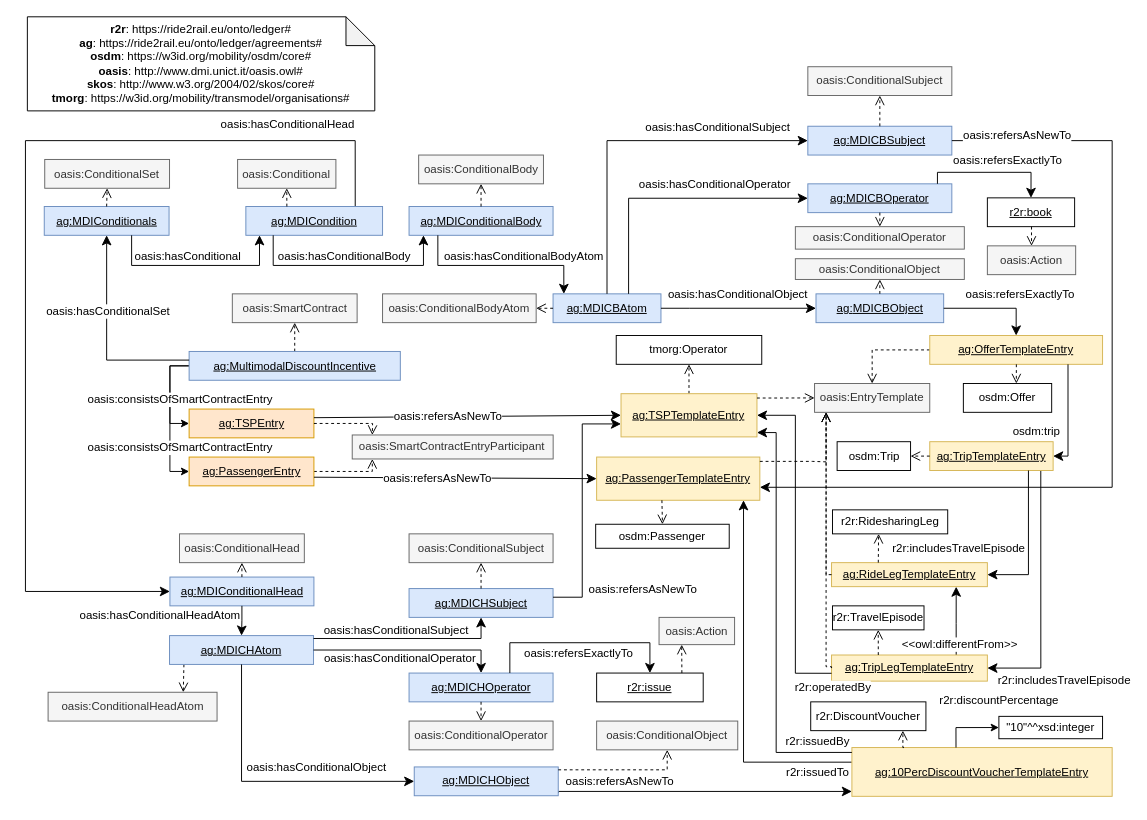
This is agreements/mdi-incentive.drawio.xml from Ride2Rail/agreement-ledger-ontology, a draw.io file, before an edit. Source tidied: cells renumbered, new cells numbered last; positions are measured from the earlier drawing's top-left corner, leaving out a move shared by most shapes. Both pictures are drawn from the tidied source at 96%, with x=0, y=0 at pixel (25, 16).
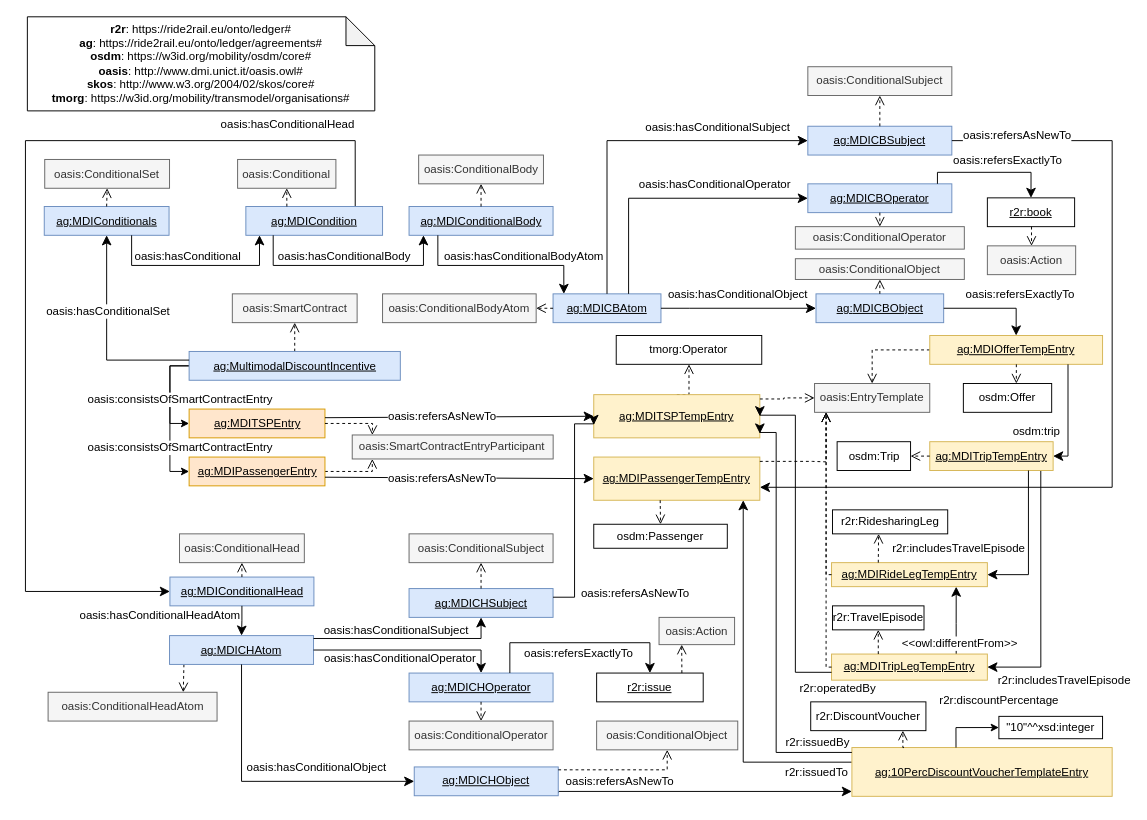
The same diagram, later.

Unchanged cells that the change refers to:
```xml
<mxCell id="81" value="&lt;u&gt;ag:&lt;/u&gt;&lt;u&gt;MDICHSubject&lt;/u&gt;" style="rounded=0;whiteSpace=wrap;html=1;snapToPoint=1;points=[[0.1,0],[0.2,0],[0.3,0],[0.4,0],[0.5,0],[0.6,0],[0.7,0],[0.8,0],[0.9,0],[0,0.1],[0,0.3],[0,0.5],[0,0.7],[0,0.9],[0.1,1],[0.2,1],[0.3,1],[0.4,1],[0.5,1],[0.6,1],[0.7,1],[0.8,1],[0.9,1],[1,0.1],[1,0.3],[1,0.5],[1,0.7],[1,0.9]];fillColor=#dae8fc;strokeColor=#6c8ebf;" parent="1" vertex="1">
  <mxGeometry x="399.6" y="595.6" width="150" height="30" as="geometry" />
</mxCell>
```

What changed in the source:
```diff
@@
-    <mxCell id="14" value="&lt;u&gt;ag:TSPEntry&lt;/u&gt;" style="rounded=0;whiteSpace=wrap;html=1;snapToPoint=1;points=[[0.1,0],[0.2,0],[0.3,0],[0.4,0],[0.5,0],[0.6,0],[0.7,0],[0.8,0],[0.9,0],[0,0.1],[0,0.3],[0,0.5],[0,0.7],[0,0.9],[0.1,1],[0.2,1],[0.3,1],[0.4,1],[0.5,1],[0.6,1],[0.7,1],[0.8,1],[0.9,1],[1,0.1],[1,0.3],[1,0.5],[1,0.7],[1,0.9]];fillColor=#ffe6cc;strokeColor=#d79b00;" parent="1" vertex="1">
-      <mxGeometry x="170.5" y="408.6" width="130" height="30" as="geometry" />
+    <mxCell id="14" value="&lt;u&gt;ag:MDITSPEntry&lt;/u&gt;" style="rounded=0;whiteSpace=wrap;html=1;snapToPoint=1;points=[[0.1,0],[0.2,0],[0.3,0],[0.4,0],[0.5,0],[0.6,0],[0.7,0],[0.8,0],[0.9,0],[0,0.1],[0,0.3],[0,0.5],[0,0.7],[0,0.9],[0.1,1],[0.2,1],[0.3,1],[0.4,1],[0.5,1],[0.6,1],[0.7,1],[0.8,1],[0.9,1],[1,0.1],[1,0.3],[1,0.5],[1,0.7],[1,0.9]];fillColor=#ffe6cc;strokeColor=#d79b00;" parent="1" vertex="1">
+      <mxGeometry x="170.5" y="408.6" width="141.5" height="30" as="geometry" />
     </mxCell>
@@
-    <mxCell id="17" value="&lt;u&gt;ag:PassengerEntry&lt;/u&gt;" style="rounded=0;whiteSpace=wrap;html=1;snapToPoint=1;points=[[0.1,0],[0.2,0],[0.3,0],[0.4,0],[0.5,0],[0.6,0],[0.7,0],[0.8,0],[0.9,0],[0,0.1],[0,0.3],[0,0.5],[0,0.7],[0,0.9],[0.1,1],[0.2,1],[0.3,1],[0.4,1],[0.5,1],[0.6,1],[0.7,1],[0.8,1],[0.9,1],[1,0.1],[1,0.3],[1,0.5],[1,0.7],[1,0.9]];fillColor=#ffe6cc;strokeColor=#d79b00;" parent="1" vertex="1">
-      <mxGeometry x="170.5" y="458.6" width="130" height="30" as="geometry" />
+    <mxCell id="17" value="&lt;u&gt;ag:MDIPassengerEntry&lt;/u&gt;" style="rounded=0;whiteSpace=wrap;html=1;snapToPoint=1;points=[[0.1,0],[0.2,0],[0.3,0],[0.4,0],[0.5,0],[0.6,0],[0.7,0],[0.8,0],[0.9,0],[0,0.1],[0,0.3],[0,0.5],[0,0.7],[0,0.9],[0.1,1],[0.2,1],[0.3,1],[0.4,1],[0.5,1],[0.6,1],[0.7,1],[0.8,1],[0.9,1],[1,0.1],[1,0.3],[1,0.5],[1,0.7],[1,0.9]];fillColor=#ffe6cc;strokeColor=#d79b00;" parent="1" vertex="1">
+      <mxGeometry x="170.5" y="458.6" width="141.5" height="30" as="geometry" />
     </mxCell>
@@
-    <mxCell id="19" value="&lt;u&gt;ag:TSPTemplateEntry&lt;/u&gt;" style="rounded=0;whiteSpace=wrap;html=1;snapToPoint=1;points=[[0.1,0],[0.2,0],[0.3,0],[0.4,0],[0.5,0],[0.6,0],[0.7,0],[0.8,0],[0.9,0],[0,0.1],[0,0.3],[0,0.5],[0,0.7],[0,0.9],[0.1,1],[0.2,1],[0.3,1],[0.4,1],[0.5,1],[0.6,1],[0.7,1],[0.8,1],[0.9,1],[1,0.1],[1,0.3],[1,0.5],[1,0.7],[1,0.9]];fillColor=#fff2cc;strokeColor=#d6b656;" parent="1" vertex="1">
-      <mxGeometry x="620.4" y="392.6" width="141.6" height="45" as="geometry" />
+    <mxCell id="19" value="&lt;u&gt;ag:MDITSPTempEntry&lt;/u&gt;" style="rounded=0;whiteSpace=wrap;html=1;snapToPoint=1;points=[[0.1,0],[0.2,0],[0.3,0],[0.4,0],[0.5,0],[0.6,0],[0.7,0],[0.8,0],[0.9,0],[0,0.1],[0,0.3],[0,0.5],[0,0.7],[0,0.9],[0.1,1],[0.2,1],[0.3,1],[0.4,1],[0.5,1],[0.6,1],[0.7,1],[0.8,1],[0.9,1],[1,0.1],[1,0.3],[1,0.5],[1,0.7],[1,0.9]];fillColor=#fff2cc;strokeColor=#d6b656;" parent="1" vertex="1">
+      <mxGeometry x="592" y="393.6" width="173" height="45" as="geometry" />
     </mxCell>
@@
-    <mxCell id="22" value="&lt;u&gt;ag:PassengerTemplateEntry&lt;/u&gt;" style="rounded=0;whiteSpace=wrap;html=1;snapToPoint=1;points=[[0.1,0],[0.2,0],[0.3,0],[0.4,0],[0.5,0],[0.6,0],[0.7,0],[0.8,0],[0.9,0],[0,0.1],[0,0.3],[0,0.5],[0,0.7],[0,0.9],[0.1,1],[0.2,1],[0.3,1],[0.4,1],[0.5,1],[0.6,1],[0.7,1],[0.8,1],[0.9,1],[1,0.1],[1,0.3],[1,0.5],[1,0.7],[1,0.9]];fillColor=#fff2cc;strokeColor=#d6b656;" parent="1" vertex="1">
-      <mxGeometry x="595" y="458.6" width="170" height="45" as="geometry" />
+    <mxCell id="22" value="&lt;u&gt;ag:MDIPassengerTempEntry&lt;/u&gt;" style="rounded=0;whiteSpace=wrap;html=1;snapToPoint=1;points=[[0.1,0],[0.2,0],[0.3,0],[0.4,0],[0.5,0],[0.6,0],[0.7,0],[0.8,0],[0.9,0],[0,0.1],[0,0.3],[0,0.5],[0,0.7],[0,0.9],[0.1,1],[0.2,1],[0.3,1],[0.4,1],[0.5,1],[0.6,1],[0.7,1],[0.8,1],[0.9,1],[1,0.1],[1,0.3],[1,0.5],[1,0.7],[1,0.9]];fillColor=#fff2cc;strokeColor=#d6b656;" parent="1" vertex="1">
+      <mxGeometry x="592" y="458.6" width="173" height="45" as="geometry" />
     </mxCell>
@@
     <mxCell id="26" value="osdm:Passenger" style="rounded=0;whiteSpace=wrap;html=1;snapToPoint=1;points=[[0.1,0],[0.2,0],[0.3,0],[0.4,0],[0.5,0],[0.6,0],[0.7,0],[0.8,0],[0.9,0],[0,0.1],[0,0.3],[0,0.5],[0,0.7],[0,0.9],[0.1,1],[0.2,1],[0.3,1],[0.4,1],[0.5,1],[0.6,1],[0.7,1],[0.8,1],[0.9,1],[1,0.1],[1,0.3],[1,0.5],[1,0.7],[1,0.9]];" parent="1" vertex="1">
-      <mxGeometry x="594" y="528.6" width="139.1" height="25" as="geometry" />
+      <mxGeometry x="592" y="528.6" width="139.1" height="25" as="geometry" />
     </mxCell>
@@
-    <mxCell id="60" value="&lt;u&gt;ag:OfferTemplateEntry&lt;/u&gt;" style="rounded=0;whiteSpace=wrap;html=1;snapToPoint=1;points=[[0.1,0],[0.2,0],[0.3,0],[0.4,0],[0.5,0],[0.6,0],[0.7,0],[0.8,0],[0.9,0],[0,0.1],[0,0.3],[0,0.5],[0,0.7],[0,0.9],[0.1,1],[0.2,1],[0.3,1],[0.4,1],[0.5,1],[0.6,1],[0.7,1],[0.8,1],[0.9,1],[1,0.1],[1,0.3],[1,0.5],[1,0.7],[1,0.9]];fillColor=#fff2cc;strokeColor=#d6b656;" parent="1" vertex="1">
+    <mxCell id="60" value="&lt;u&gt;ag:MDIOfferTempEntry&lt;/u&gt;" style="rounded=0;whiteSpace=wrap;html=1;snapToPoint=1;points=[[0.1,0],[0.2,0],[0.3,0],[0.4,0],[0.5,0],[0.6,0],[0.7,0],[0.8,0],[0.9,0],[0,0.1],[0,0.3],[0,0.5],[0,0.7],[0,0.9],[0.1,1],[0.2,1],[0.3,1],[0.4,1],[0.5,1],[0.6,1],[0.7,1],[0.8,1],[0.9,1],[1,0.1],[1,0.3],[1,0.5],[1,0.7],[1,0.9]];fillColor=#fff2cc;strokeColor=#d6b656;" parent="1" vertex="1">
       <mxGeometry x="942" y="332" width="180" height="30" as="geometry" />
     </mxCell>
@@
     <mxCell id="97" style="endArrow=classic;html=1;exitX=1;exitY=0.3;exitDx=0;exitDy=0;entryX=0;entryY=0.7;entryDx=0;entryDy=0;endSize=8;rounded=0;edgeStyle=orthogonalEdgeStyle;" parent="1" edge="1" source="81" target="19">
       <mxGeometry relative="1" as="geometry">
         <Array as="points">
-          <mxPoint x="580" y="605" />
-          <mxPoint x="580" y="424" />
+          <mxPoint x="572" y="605" />
+          <mxPoint x="572" y="424" />
         </Array>
       </mxGeometry>
     </mxCell>
@@
-    <mxCell id="111" value="&lt;u&gt;ag:TripLegTemplateEntry&lt;/u&gt;" style="rounded=0;whiteSpace=wrap;html=1;snapToPoint=1;points=[[0.1,0],[0.2,0],[0.3,0],[0.4,0],[0.5,0],[0.6,0],[0.7,0],[0.8,0],[0.9,0],[0,0.1],[0,0.3],[0,0.5],[0,0.7],[0,0.9],[0.1,1],[0.2,1],[0.3,1],[0.4,1],[0.5,1],[0.6,1],[0.7,1],[0.8,1],[0.9,1],[1,0.1],[1,0.3],[1,0.5],[1,0.7],[1,0.9]];fillColor=#fff2cc;strokeColor=#d6b656;" parent="1" vertex="1">
-      <mxGeometry x="839.7" y="664.8" width="162.3" height="27.2" as="geometry" />
+    <mxCell id="111" value="&lt;u&gt;ag:MDITripLegTempEntry&lt;/u&gt;" style="rounded=0;whiteSpace=wrap;html=1;snapToPoint=1;points=[[0.1,0],[0.2,0],[0.3,0],[0.4,0],[0.5,0],[0.6,0],[0.7,0],[0.8,0],[0.9,0],[0,0.1],[0,0.3],[0,0.5],[0,0.7],[0,0.9],[0.1,1],[0.2,1],[0.3,1],[0.4,1],[0.5,1],[0.6,1],[0.7,1],[0.8,1],[0.9,1],[1,0.1],[1,0.3],[1,0.5],[1,0.7],[1,0.9]];fillColor=#fff2cc;strokeColor=#d6b656;" parent="1" vertex="1">
+      <mxGeometry x="839.7" y="663.8" width="162.3" height="27.2" as="geometry" />
     </mxCell>
@@
-    <mxCell id="116" value="&lt;u&gt;ag:RideLegTemplateEntry&lt;/u&gt;" style="rounded=0;whiteSpace=wrap;html=1;snapToPoint=1;points=[[0.1,0],[0.2,0],[0.3,0],[0.4,0],[0.5,0],[0.6,0],[0.7,0],[0.8,0],[0.9,0],[0,0.1],[0,0.3],[0,0.5],[0,0.7],[0,0.9],[0.1,1],[0.2,1],[0.3,1],[0.4,1],[0.5,1],[0.6,1],[0.7,1],[0.8,1],[0.9,1],[1,0.1],[1,0.3],[1,0.5],[1,0.7],[1,0.9]];fillColor=#fff2cc;strokeColor=#d6b656;" parent="1" vertex="1">
+    <mxCell id="116" value="&lt;u&gt;ag:MDIRideLegTempEntry&lt;/u&gt;" style="rounded=0;whiteSpace=wrap;html=1;snapToPoint=1;points=[[0.1,0],[0.2,0],[0.3,0],[0.4,0],[0.5,0],[0.6,0],[0.7,0],[0.8,0],[0.9,0],[0,0.1],[0,0.3],[0,0.5],[0,0.7],[0,0.9],[0.1,1],[0.2,1],[0.3,1],[0.4,1],[0.5,1],[0.6,1],[0.7,1],[0.8,1],[0.9,1],[1,0.1],[1,0.3],[1,0.5],[1,0.7],[1,0.9]];fillColor=#fff2cc;strokeColor=#d6b656;" parent="1" vertex="1">
       <mxGeometry x="839.7" y="568.6" width="162.3" height="25" as="geometry" />
     </mxCell>
@@
     <mxCell id="119" style="endArrow=classic;html=1;exitX=0;exitY=0.7;exitDx=0;exitDy=0;endSize=8;rounded=0;edgeStyle=orthogonalEdgeStyle;entryX=1;entryY=0.5;entryDx=0;entryDy=0;" parent="1" edge="1" source="111" target="19">
       <mxGeometry relative="1" as="geometry">
         <Array as="points">
-          <mxPoint x="802" y="684" />
+          <mxPoint x="802" y="683" />
           <mxPoint x="802" y="415" />
+          <mxPoint x="765" y="415" />
         </Array>
       </mxGeometry>
     </mxCell>
     <mxCell id="120" value="&lt;div&gt;r2r:operatedBy&lt;/div&gt;" style="text;html=1;align=center;verticalAlign=middle;labelBackgroundColor=#ffffff;" parent="119" vertex="1">
       <mxGeometry x="-0.13" relative="1" as="geometry">
-        <mxPoint x="38" y="128" as="offset" />
+        <mxPoint x="43" y="128" as="offset" />
       </mxGeometry>
     </mxCell>
@@
-    <mxCell id="130" value="&lt;u&gt;ag:TripTemplateEntry&lt;/u&gt;" style="rounded=0;whiteSpace=wrap;html=1;snapToPoint=1;points=[[0.1,0],[0.2,0],[0.3,0],[0.4,0],[0.5,0],[0.6,0],[0.7,0],[0.8,0],[0.9,0],[0,0.1],[0,0.3],[0,0.5],[0,0.7],[0,0.9],[0.1,1],[0.2,1],[0.3,1],[0.4,1],[0.5,1],[0.6,1],[0.7,1],[0.8,1],[0.9,1],[1,0.1],[1,0.3],[1,0.5],[1,0.7],[1,0.9]];fillColor=#fff2cc;strokeColor=#d6b656;" parent="1" vertex="1">
+    <mxCell id="130" value="&lt;u&gt;ag:MDITripTempEntry&lt;/u&gt;" style="rounded=0;whiteSpace=wrap;html=1;snapToPoint=1;points=[[0.1,0],[0.2,0],[0.3,0],[0.4,0],[0.5,0],[0.6,0],[0.7,0],[0.8,0],[0.9,0],[0,0.1],[0,0.3],[0,0.5],[0,0.7],[0,0.9],[0.1,1],[0.2,1],[0.3,1],[0.4,1],[0.5,1],[0.6,1],[0.7,1],[0.8,1],[0.9,1],[1,0.1],[1,0.3],[1,0.5],[1,0.7],[1,0.9]];fillColor=#fff2cc;strokeColor=#d6b656;" parent="1" vertex="1">
       <mxGeometry x="942" y="442.6" width="128.5" height="30" as="geometry" />
     </mxCell>
```
